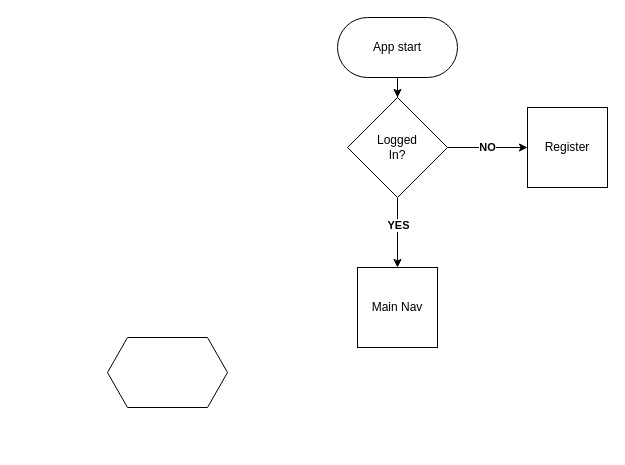
KioaStudios/plugins keeps this draw.io diagram as HalfBaked.drawio. Above is the earlier version. Source tidied: cells renumbered, new cells numbered last; positions are measured from the earlier drawing's top-left corner, leaving out a move shared by most shapes. Both pictures are drawn from the tidied source at 100%, with x=0, y=0 at pixel (107, 17).
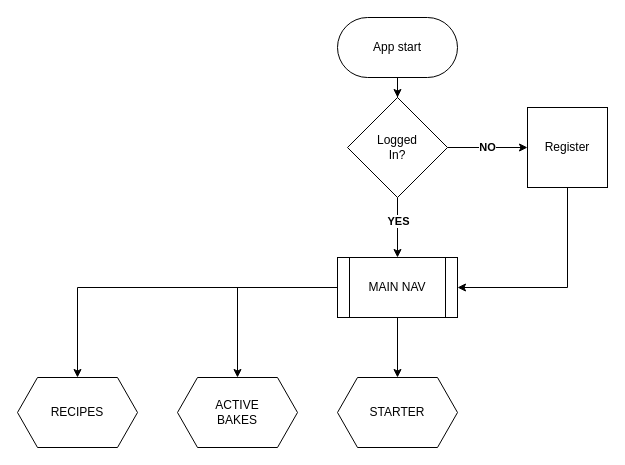
The same diagram, later.

What changed in the source:
```diff
@@
 <mxGraphModel>
   <root>
     <mxCell id="0" />
     <mxCell id="1" parent="0" />
     <mxCell id="2" style="edgeStyle=orthogonalEdgeStyle;rounded=0;jettySize=auto;html=1;exitX=0.5;exitY=1;exitDx=0;exitDy=0;" parent="1" edge="1" source="3" target="7">
       <mxGeometry relative="1" as="geometry" />
     </mxCell>
     <mxCell id="3" value="App start" style="rounded=1;whiteSpace=wrap;html=1;arcSize=50;" parent="1" vertex="1">
       <mxGeometry x="230" width="120" height="60" as="geometry" />
     </mxCell>
     <mxCell id="4" value="&lt;b&gt;NO&lt;/b&gt;" style="edgeStyle=orthogonalEdgeStyle;rounded=0;jettySize=auto;html=1;exitX=1;exitY=0.5;exitDx=0;exitDy=0;" parent="1" edge="1" source="7" target="8">
       <mxGeometry relative="1" as="geometry" />
     </mxCell>
-    <mxCell id="5" style="edgeStyle=orthogonalEdgeStyle;rounded=0;jettySize=auto;html=1;" parent="1" edge="1" source="7" target="9">
+    <mxCell id="5" style="edgeStyle=orthogonalEdgeStyle;rounded=0;jettySize=auto;html=1;" parent="1" edge="1" source="7" target="15">
       <mxGeometry relative="1" as="geometry" />
     </mxCell>
     <mxCell id="6" value="&lt;b&gt;YES&lt;/b&gt;" style="edgeLabel;html=1;align=center;verticalAlign=middle;" parent="5" vertex="1">
       <mxGeometry x="-0.23" relative="1" as="geometry" />
     </mxCell>
     <mxCell id="7" value="Logged&lt;br&gt;In?" style="rhombus;whiteSpace=wrap;html=1;" parent="1" vertex="1">
       <mxGeometry x="240" y="80" width="100" height="100" as="geometry" />
     </mxCell>
+    <mxCell id="11" style="edgeStyle=orthogonalEdgeStyle;rounded=0;jettySize=auto;html=1;entryX=1;entryY=0.5;entryDx=0;entryDy=0;" parent="1" edge="1" source="8" target="15">
+      <mxGeometry relative="1" as="geometry">
+        <Array as="points">
+          <mxPoint x="460" y="270" />
+        </Array>
+      </mxGeometry>
+    </mxCell>
     <mxCell id="8" value="Register" style="whiteSpace=wrap;html=1;" parent="1" vertex="1">
       <mxGeometry x="420" y="90" width="80" height="80" as="geometry" />
     </mxCell>
-    <mxCell id="9" value="Main Nav" style="whiteSpace=wrap;html=1;" parent="1" vertex="1">
-      <mxGeometry x="250" y="250" width="80" height="80" as="geometry" />
-    </mxCell>
-    <mxCell id="10" style="shape=hexagon;perimeter=hexagonPerimeter2;whiteSpace=wrap;html=1;fixedSize=1;" parent="1" vertex="1">
-      <mxGeometry y="320" width="120" height="70" as="geometry" />
+    <mxCell id="10" value="RECIPES" style="shape=hexagon;perimeter=hexagonPerimeter2;whiteSpace=wrap;html=1;fixedSize=1;" parent="1" vertex="1">
+      <mxGeometry x="-90" y="360" width="120" height="70" as="geometry" />
     </mxCell>
+    <mxCell id="12" style="edgeStyle=orthogonalEdgeStyle;rounded=0;jettySize=auto;html=1;" parent="1" edge="1" source="15" target="16">
+      <mxGeometry relative="1" as="geometry" />
+    </mxCell>
+    <mxCell id="13" style="edgeStyle=orthogonalEdgeStyle;rounded=0;jettySize=auto;html=1;entryX=0.5;entryY=0;entryDx=0;entryDy=0;" parent="1" edge="1" source="15" target="10">
+      <mxGeometry relative="1" as="geometry" />
+    </mxCell>
+    <mxCell id="14" style="edgeStyle=orthogonalEdgeStyle;rounded=0;jettySize=auto;html=1;" parent="1" edge="1" source="15" target="17">
+      <mxGeometry relative="1" as="geometry" />
+    </mxCell>
+    <mxCell id="15" value="MAIN NAV" style="shape=process;whiteSpace=wrap;html=1;backgroundOutline=1;" parent="1" vertex="1">
+      <mxGeometry x="230" y="240" width="120" height="60" as="geometry" />
+    </mxCell>
+    <mxCell id="16" value="ACTIVE&lt;br&gt;BAKES" style="shape=hexagon;perimeter=hexagonPerimeter2;whiteSpace=wrap;html=1;fixedSize=1;" parent="1" vertex="1">
+      <mxGeometry x="70" y="360" width="120" height="70" as="geometry" />
+    </mxCell>
+    <mxCell id="17" value="STARTER" style="shape=hexagon;perimeter=hexagonPerimeter2;whiteSpace=wrap;html=1;fixedSize=1;" parent="1" vertex="1">
+      <mxGeometry x="230" y="360" width="120" height="70" as="geometry" />
+    </mxCell>
   </root>
 </mxGraphModel>
```
